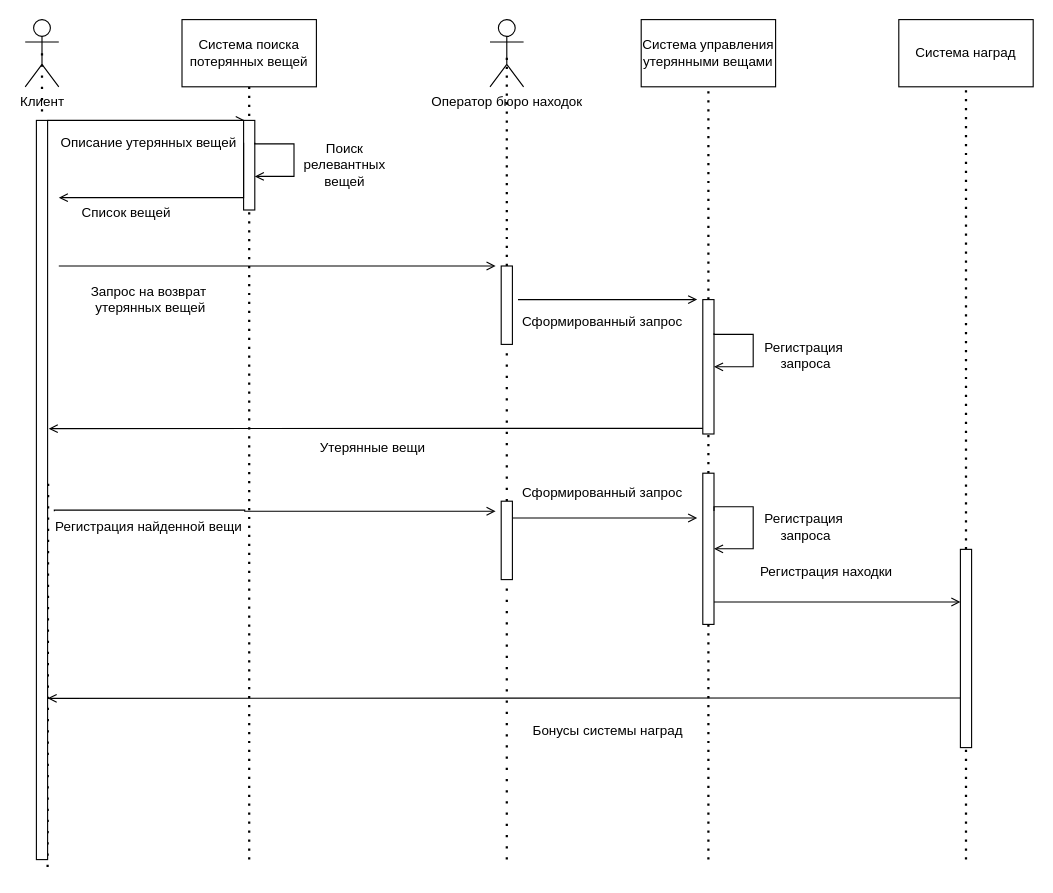
Before: akms/pr4/AKMS4-3.drawio in ryoichi7/sem4, a draw.io diagram. Source tidied: cells renumbered, new cells numbered last; positions are measured from the earlier drawing's top-left corner, leaving out a move shared by most shapes. Both pictures are drawn from the tidied source at 112%, with x=0, y=0 at pixel (25, 19).
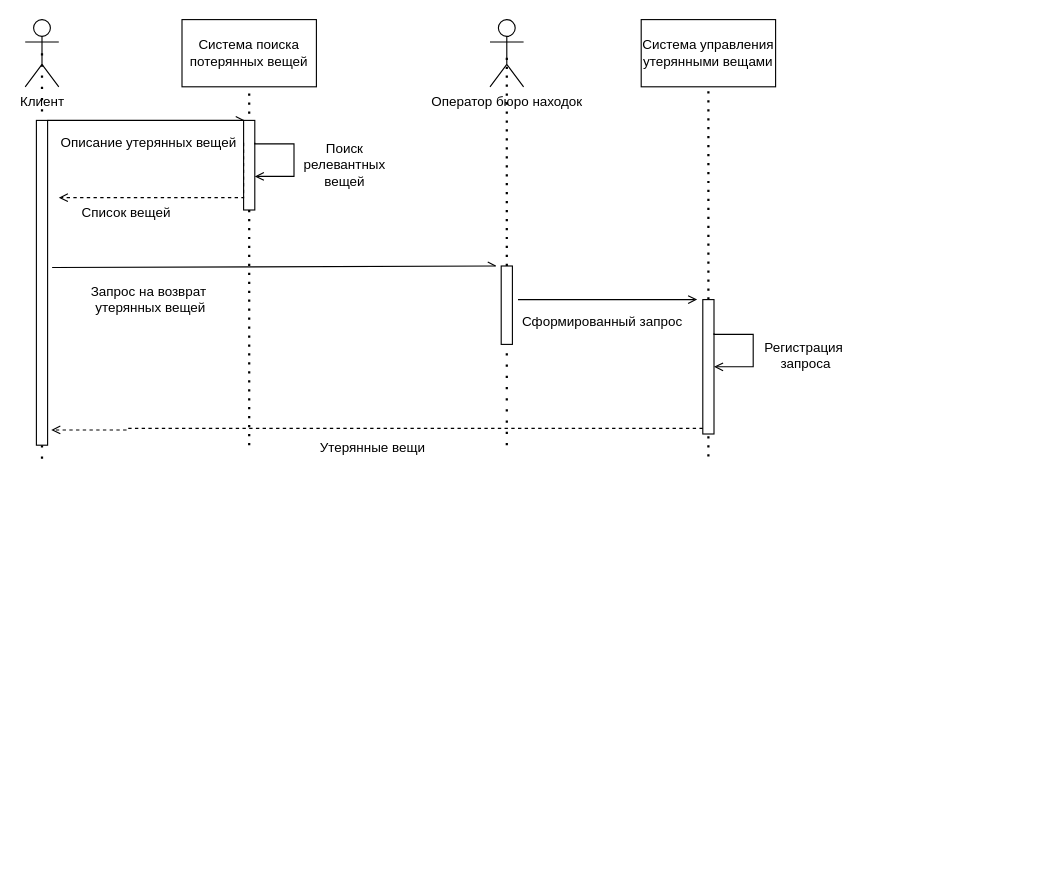
The same diagram, later.

The change refers to these unchanged cells:
```xml
<mxCell id="4" value="Клиент" style="shape=umlActor;verticalLabelPosition=bottom;verticalAlign=top;html=1;outlineConnect=0;" parent="1" vertex="1">
  <mxGeometry width="30" height="60" as="geometry" />
</mxCell>
<mxCell id="6" value="Система поиска потерянных вещей" style="rounded=0;whiteSpace=wrap;html=1;" parent="1" vertex="1">
  <mxGeometry x="140" width="120" height="60" as="geometry" />
</mxCell>
<mxCell id="7" style="rounded=0;whiteSpace=wrap;html=1;" parent="1" vertex="1">
  <mxGeometry x="195" y="90" width="10" height="80" as="geometry" />
</mxCell>
<mxCell id="15" style="rounded=0;whiteSpace=wrap;html=1;" parent="1" vertex="1">
  <mxGeometry x="425" y="220" width="10" height="70" as="geometry" />
</mxCell>
<mxCell id="21" style="rounded=0;whiteSpace=wrap;html=1;" parent="1" vertex="1">
  <mxGeometry x="605" y="250" width="10" height="120" as="geometry" />
</mxCell>
```

The edit, as a diff of the source:
```diff
@@
     <mxCell id="2" style="endArrow=none;dashed=1;html=1;dashPattern=1 3;strokeWidth=2;rounded=0;entryX=0.5;entryY=1;entryDx=0;entryDy=0;" parent="1" edge="1" target="6">
       <mxGeometry relative="1" as="geometry">
-        <mxPoint x="200" y="750" as="sourcePoint" />
+        <mxPoint x="200" y="380" as="sourcePoint" />
       </mxGeometry>
     </mxCell>
     <mxCell id="3" style="edgeStyle=orthogonalEdgeStyle;rounded=0;jettySize=auto;html=1;exitX=0.5;exitY=0.5;exitDx=0;exitDy=0;exitPerimeter=0;endArrow=none;endFill=0;dashed=1;dashPattern=1 4;strokeWidth=2;" parent="1" edge="1" source="4">
       <mxGeometry relative="1" as="geometry">
-        <mxPoint x="20" y="760" as="targetPoint" />
+        <mxPoint x="15" y="400" as="targetPoint" />
       </mxGeometry>
     </mxCell>
@@
     <mxCell id="5" style="rounded=0;whiteSpace=wrap;html=1;" parent="1" vertex="1">
-      <mxGeometry x="10" y="90" width="10" height="660" as="geometry" />
+      <mxGeometry x="10" y="90" width="10" height="290" as="geometry" />
     </mxCell>
@@
-    <mxCell id="12" style="edgeStyle=orthogonalEdgeStyle;rounded=0;jettySize=auto;html=1;exitX=0;exitY=0.25;exitDx=0;exitDy=0;endArrow=open;endFill=0;" parent="1" edge="1" source="7">
+    <mxCell id="12" style="edgeStyle=orthogonalEdgeStyle;rounded=0;jettySize=auto;html=1;exitX=0;exitY=0.25;exitDx=0;exitDy=0;endArrow=open;endFill=0;dashed=1;" parent="1" edge="1" source="7">
       <mxGeometry relative="1" as="geometry">
         <mxPoint x="30" y="159" as="targetPoint" />
         <Array as="points">
           <mxPoint x="195" y="159" />
         </Array>
       </mxGeometry>
     </mxCell>
@@
-    <mxCell id="14" style="endArrow=none;dashed=1;html=1;strokeWidth=2;rounded=0;entryX=0.5;entryY=1;entryDx=0;entryDy=0;dashPattern=1 4;" parent="1" edge="1" source="39" target="15">
-      <mxGeometry relative="1" as="geometry" />
+    <mxCell id="14" style="endArrow=none;dashed=1;html=1;strokeWidth=2;rounded=0;entryX=0.5;entryY=1;entryDx=0;entryDy=0;dashPattern=1 4;" parent="1" edge="1" target="15">
+      <mxGeometry relative="1" as="geometry">
+        <mxPoint x="430" y="380" as="sourcePoint" />
+      </mxGeometry>
     </mxCell>
@@
-    <mxCell id="16" style="endArrow=open;html=1;rounded=0;endFill=0;" parent="1" edge="1">
+    <mxCell id="16" style="endArrow=openAsync;html=1;rounded=0;endFill=0;exitX=1.405;exitY=0.453;exitDx=0;exitDy=0;exitPerimeter=0;" parent="1" edge="1" source="5">
       <mxGeometry relative="1" as="geometry">
-        <mxPoint x="30" y="220" as="sourcePoint" />
         <mxPoint x="420" y="220" as="targetPoint" />
       </mxGeometry>
     </mxCell>
@@
-    <mxCell id="20" style="endArrow=none;dashed=1;html=1;dashPattern=1 3;strokeWidth=2;rounded=0;entryX=0.5;entryY=1;entryDx=0;entryDy=0;" parent="1" edge="1" source="43" target="21">
-      <mxGeometry relative="1" as="geometry" />
+    <mxCell id="20" style="endArrow=none;dashed=1;html=1;dashPattern=1 3;strokeWidth=2;rounded=0;entryX=0.5;entryY=1;entryDx=0;entryDy=0;" parent="1" edge="1" target="21">
+      <mxGeometry relative="1" as="geometry">
+        <mxPoint x="610" y="390" as="sourcePoint" />
+      </mxGeometry>
     </mxCell>
@@
-    <mxCell id="26" value="Система наград" style="rounded=0;whiteSpace=wrap;html=1;" parent="1" vertex="1">
-      <mxGeometry x="780" width="120" height="60" as="geometry" />
-    </mxCell>
-    <mxCell id="27" style="endArrow=none;dashed=1;html=1;dashPattern=1 3;strokeWidth=2;rounded=0;entryX=0.5;entryY=1;entryDx=0;entryDy=0;" parent="1" edge="1" source="30" target="26">
-      <mxGeometry relative="1" as="geometry" />
-    </mxCell>
-    <mxCell id="28" style="endArrow=none;dashed=1;html=1;dashPattern=1 3;strokeWidth=2;rounded=0;entryX=0.5;entryY=1;entryDx=0;entryDy=0;" parent="1" edge="1" target="30">
-      <mxGeometry relative="1" as="geometry">
-        <mxPoint x="840" y="750" as="sourcePoint" />
-      </mxGeometry>
-    </mxCell>
-    <mxCell id="29" style="edgeStyle=orthogonalEdgeStyle;rounded=0;jettySize=auto;html=1;exitX=0;exitY=0.75;exitDx=0;exitDy=0;strokeColor=default;align=center;verticalAlign=middle;fontFamily=Helvetica;fontSize=11;fontColor=default;labelBackgroundColor=default;endArrow=open;endFill=0;" parent="1" edge="1" source="30">
-      <mxGeometry relative="1" as="geometry">
-        <mxPoint x="20" y="606" as="targetPoint" />
-      </mxGeometry>
-    </mxCell>
-    <mxCell id="30" style="rounded=0;whiteSpace=wrap;html=1;" parent="1" vertex="1">
-      <mxGeometry x="835" y="473" width="10" height="177" as="geometry" />
-    </mxCell>
@@
-    <mxCell id="33" style="edgeStyle=orthogonalEdgeStyle;rounded=0;jettySize=auto;html=1;entryX=1.1;entryY=0.417;entryDx=0;entryDy=0;entryPerimeter=0;strokeColor=default;align=center;verticalAlign=middle;fontFamily=Helvetica;fontSize=11;fontColor=default;labelBackgroundColor=default;endArrow=open;endFill=0;" parent="1" edge="1" source="21" target="5">
+    <mxCell id="33" style="edgeStyle=orthogonalEdgeStyle;rounded=0;jettySize=auto;html=1;strokeColor=default;align=center;verticalAlign=middle;fontFamily=Helvetica;fontSize=11;fontColor=default;labelBackgroundColor=default;endArrow=open;endFill=0;dashed=1;entryX=1.325;entryY=0.953;entryDx=0;entryDy=0;entryPerimeter=0;" parent="1" edge="1" source="21" target="5">
       <mxGeometry relative="1" as="geometry">
         <Array as="points">
-          <mxPoint x="450" y="365" />
-          <mxPoint x="450" y="365" />
+          <mxPoint x="90" y="365" />
+          <mxPoint x="40" y="366" />
         </Array>
       </mxGeometry>
     </mxCell>
@@
-    <mxCell id="35" style="edgeStyle=orthogonalEdgeStyle;rounded=0;orthogonalLoop=1;jettySize=auto;html=1;strokeColor=default;align=center;verticalAlign=middle;fontFamily=Helvetica;fontSize=11;fontColor=default;labelBackgroundColor=default;endArrow=open;endFill=0;" parent="1" edge="1">
-      <mxGeometry relative="1" as="geometry">
-        <mxPoint x="26" y="439" as="sourcePoint" />
-        <mxPoint x="420" y="439" as="targetPoint" />
-        <Array as="points">
-          <mxPoint x="196" y="438" />
-          <mxPoint x="196" y="439" />
-        </Array>
-      </mxGeometry>
-    </mxCell>
-    <mxCell id="36" value="Регистрация найденной вещи" style="text;html=1;align=center;verticalAlign=middle;strokeColor=none;fillColor=none;" parent="1" vertex="1">
-      <mxGeometry x="15" y="438" width="190" height="30" as="geometry" />
-    </mxCell>
-    <mxCell id="37" style="endArrow=none;dashed=1;html=1;strokeWidth=2;rounded=0;entryX=0.5;entryY=1;entryDx=0;entryDy=0;dashPattern=1 4;" parent="1" edge="1" target="39">
-      <mxGeometry relative="1" as="geometry">
-        <mxPoint x="430" y="750" as="sourcePoint" />
-      </mxGeometry>
-    </mxCell>
-    <mxCell id="38" style="edgeStyle=orthogonalEdgeStyle;rounded=0;orthogonalLoop=1;jettySize=auto;html=1;strokeColor=default;align=center;verticalAlign=middle;fontFamily=Helvetica;fontSize=11;fontColor=default;labelBackgroundColor=default;endArrow=open;endFill=0;" parent="1" edge="1">
-      <mxGeometry relative="1" as="geometry">
-        <mxPoint x="435" y="445" as="sourcePoint" />
-        <mxPoint x="600" y="445" as="targetPoint" />
-      </mxGeometry>
-    </mxCell>
-    <mxCell id="39" style="rounded=0;whiteSpace=wrap;html=1;" parent="1" vertex="1">
-      <mxGeometry x="425" y="430" width="10" height="70" as="geometry" />
-    </mxCell>
-    <mxCell id="40" value="Сформированный запрос" style="text;html=1;align=center;verticalAlign=middle;strokeColor=none;fillColor=none;" parent="1" vertex="1">
-      <mxGeometry x="430" y="408" width="170" height="30" as="geometry" />
-    </mxCell>
-    <mxCell id="41" style="endArrow=none;dashed=1;html=1;dashPattern=1 3;strokeWidth=2;rounded=0;entryX=0.5;entryY=1;entryDx=0;entryDy=0;" parent="1" edge="1" target="43">
-      <mxGeometry relative="1" as="geometry">
-        <mxPoint x="610" y="750" as="sourcePoint" />
-      </mxGeometry>
-    </mxCell>
-    <mxCell id="42" style="edgeStyle=orthogonalEdgeStyle;rounded=0;jettySize=auto;html=1;strokeColor=default;align=center;verticalAlign=middle;fontFamily=Helvetica;fontSize=11;fontColor=default;labelBackgroundColor=default;endArrow=open;endFill=0;" parent="1" edge="1" source="43" target="30">
-      <mxGeometry relative="1" as="geometry">
-        <Array as="points">
-          <mxPoint x="780" y="520" />
-          <mxPoint x="780" y="520" />
-        </Array>
-      </mxGeometry>
-    </mxCell>
-    <mxCell id="43" style="rounded=0;whiteSpace=wrap;html=1;" parent="1" vertex="1">
-      <mxGeometry x="605" y="405" width="10" height="135" as="geometry" />
-    </mxCell>
-    <mxCell id="44" style="edgeStyle=orthogonalEdgeStyle;rounded=0;orthogonalLoop=1;jettySize=auto;html=1;exitX=1;exitY=0.25;exitDx=0;exitDy=0;entryX=1;entryY=0.5;entryDx=0;entryDy=0;strokeColor=default;align=center;verticalAlign=middle;fontFamily=Helvetica;fontSize=11;fontColor=default;labelBackgroundColor=default;endArrow=open;endFill=0;" parent="1" edge="1" source="43" target="43">
-      <mxGeometry relative="1" as="geometry">
-        <Array as="points">
-          <mxPoint x="615" y="435" />
-          <mxPoint x="650" y="435" />
-          <mxPoint x="650" y="473" />
-        </Array>
-      </mxGeometry>
-    </mxCell>
-    <mxCell id="45" value="Регистрация&lt;div&gt;&amp;nbsp;запроса&lt;/div&gt;" style="text;html=1;align=center;verticalAlign=middle;strokeColor=none;fillColor=none;" parent="1" vertex="1">
-      <mxGeometry x="650" y="433" width="90" height="40" as="geometry" />
-    </mxCell>
-    <mxCell id="46" value="Регистрация находки" style="text;html=1;align=center;verticalAlign=middle;strokeColor=none;fillColor=none;" parent="1" vertex="1">
-      <mxGeometry x="645" y="478" width="140" height="30" as="geometry" />
-    </mxCell>
-    <mxCell id="47" value="Бонусы системы наград" style="text;html=1;align=center;verticalAlign=middle;strokeColor=none;fillColor=none;" parent="1" vertex="1">
-      <mxGeometry x="440" y="620" width="160" height="30" as="geometry" />
-    </mxCell>
```
